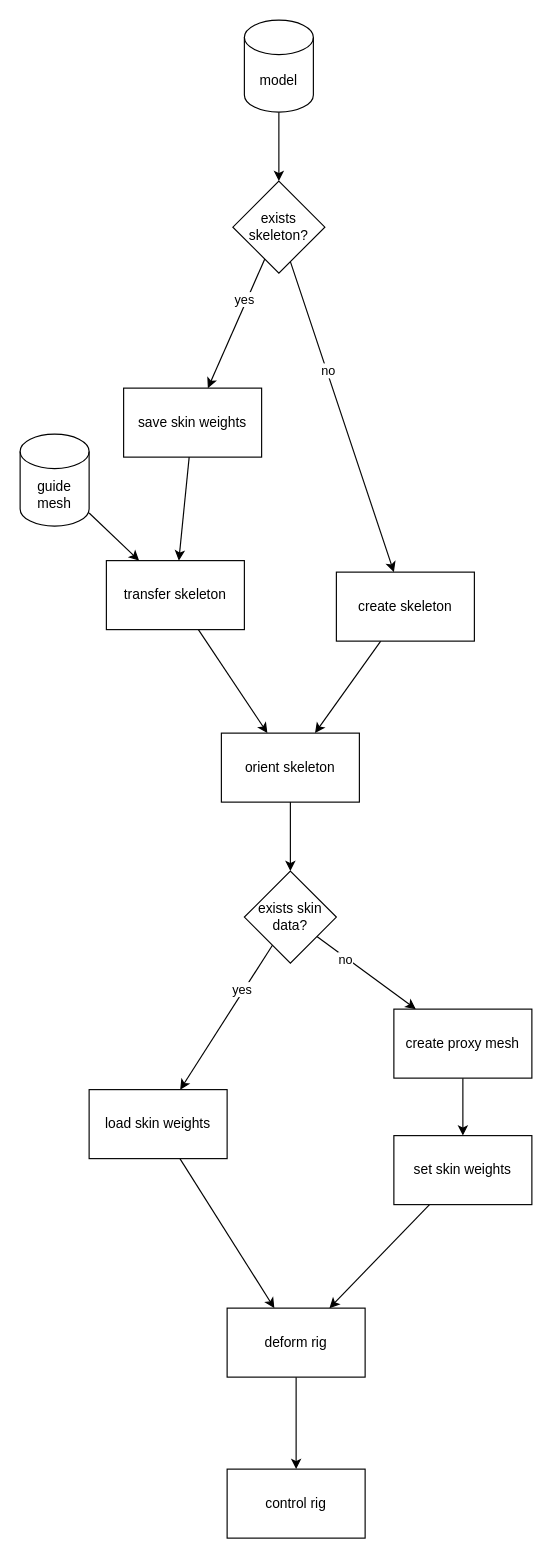
LEESANGTAK/ironRig keeps this draw.io diagram as docs/workflow.drawio. Above is the earlier version. Source tidied: cells renumbered, new cells numbered last; positions are measured from the earlier drawing's top-left corner, leaving out a move shared by most shapes. Both pictures are drawn from the tidied source at 115%, with x=0, y=0 at pixel (20, 20).
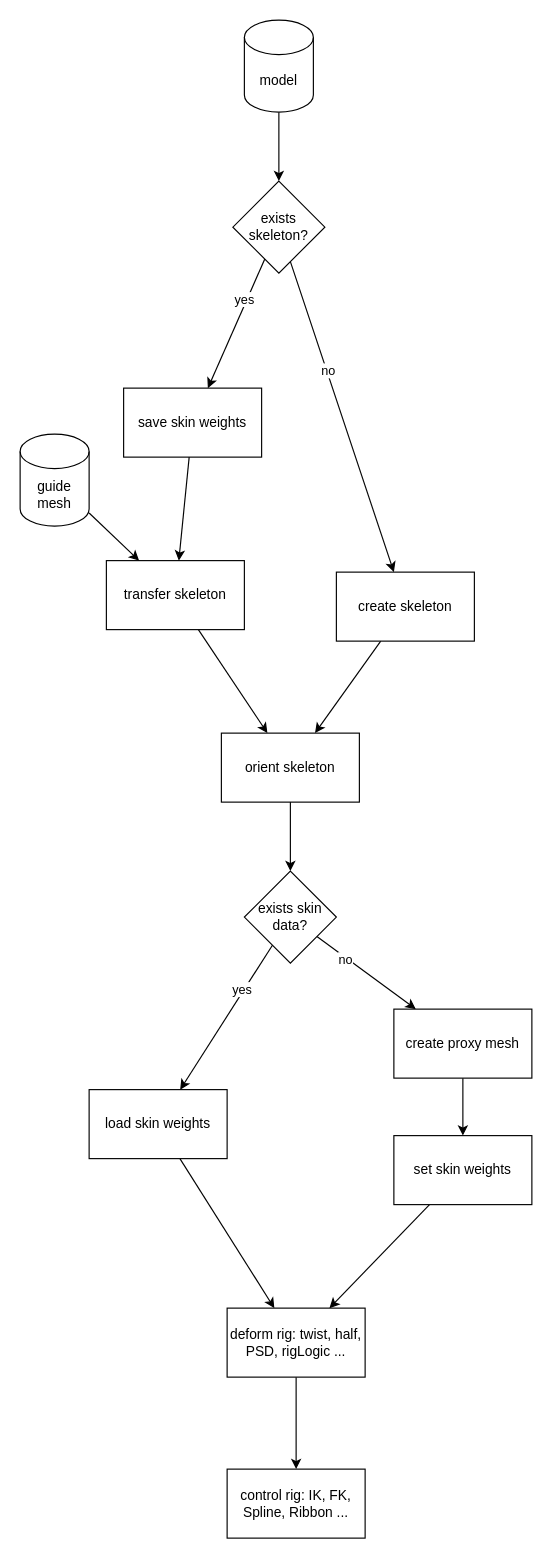
After the change.

Commit message:
updated workflow diagram

What changed in the source:
```diff
@@
-    <mxCell id="31" value="deform rig" style="rounded=0;whiteSpace=wrap;html=1;" parent="1" vertex="1">
+    <mxCell id="31" value="deform rig: twist, half, PSD, rigLogic ..." style="rounded=0;whiteSpace=wrap;html=1;" parent="1" vertex="1">
       <mxGeometry x="180" y="1120" width="120" height="60" as="geometry" />
     </mxCell>
-    <mxCell id="32" value="control rig" style="rounded=0;whiteSpace=wrap;html=1;" parent="1" vertex="1">
+    <mxCell id="32" value="control rig: IK, FK, Spline, Ribbon ..." style="rounded=0;whiteSpace=wrap;html=1;" parent="1" vertex="1">
       <mxGeometry x="180" y="1260" width="120" height="60" as="geometry" />
     </mxCell>
```
